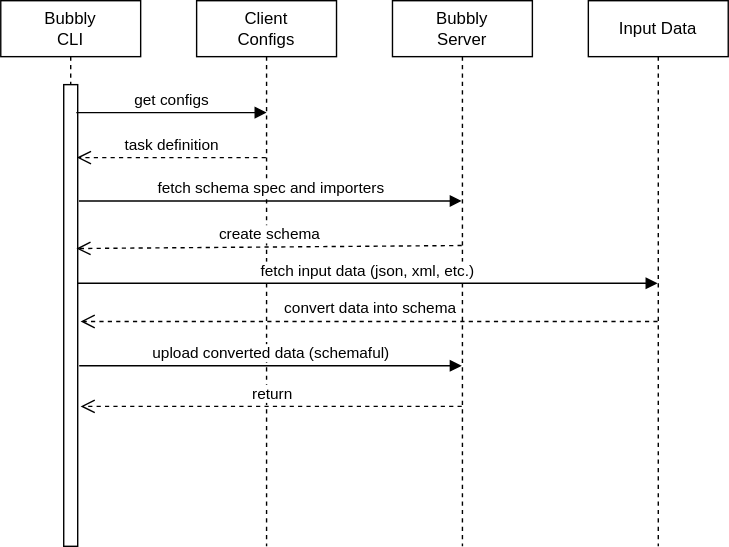
valocode/bubbly keeps this draw.io diagram as docs/images/high-level-sequence-diagram.drawio.svg. Above is the earlier version. Source tidied: cells renumbered, new cells last; positions are measured from the earlier drawing's top-left corner, leaving out a move shared by most shapes.
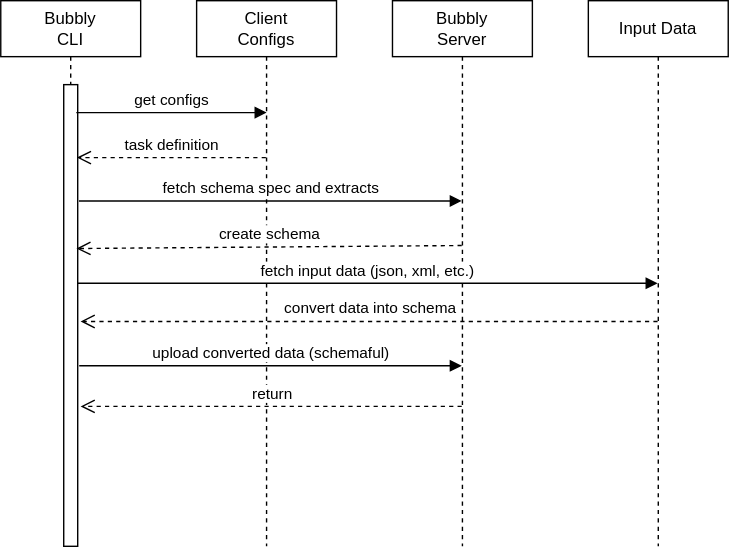
The same file after the commit.

Change to the diagram source:
```diff
@@ -23,7 +23,7 @@
     <mxCell id="7" value="Bubbly&lt;br&gt;Server" style="shape=umlLifeline;perimeter=lifelinePerimeter;whiteSpace=wrap;html=1;outlineConnect=0;" parent="1" vertex="1">
       <mxGeometry x="280" width="100" height="390" as="geometry" />
     </mxCell>
-    <mxCell id="8" value="fetch schema spec and importers" style="html=1;verticalAlign=bottom;endArrow=block;exitX=1.089;exitY=0.361;exitDx=0;exitDy=0;exitPerimeter=0;" parent="1" edge="1">
+    <mxCell id="8" value="fetch schema spec and extracts" style="html=1;verticalAlign=bottom;endArrow=block;exitX=1.089;exitY=0.361;exitDx=0;exitDy=0;exitPerimeter=0;" parent="1" edge="1">
       <mxGeometry relative="1" as="geometry">
         <mxPoint x="55.9" y="143.1" as="sourcePoint" />
         <mxPoint x="329.5" y="143.1" as="targetPoint" />
```
